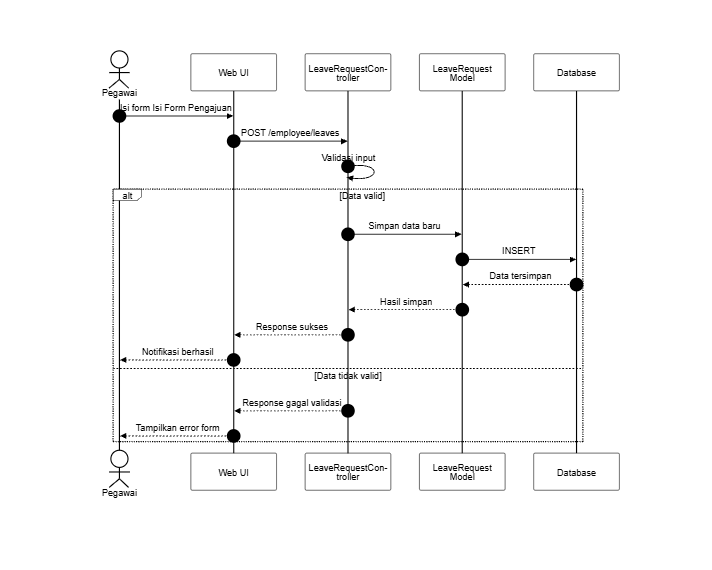
SulaimanHafi23/SimpegRSHDI keeps this Mermaid diagram as docs/SequenceDiagram/PNG_Transparent/PengajuanPermintaanCuti-IsiFormPengajuan.png. Above is the earlier version. Its source is kept beside it as docs/SequenceDiagram/PengajuanPermintaanCuti-IsiFormPengajuan.mermaid.
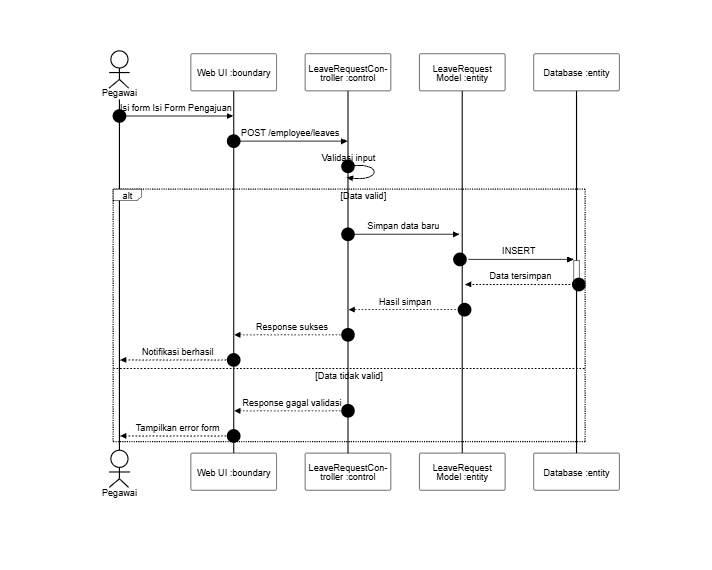
After the change.

What changed in the source:
```diff
@@ -2,18 +2,18 @@
 sequenceDiagram
     autonumber
     actor A as Pegawai
-    participant UI as Web UI
-    participant C as LeaveRequestController
-    participant M as LeaveRequest Model
-    participant DB as Database
+    participant UI as Web UI :boundary
+    participant C as LeaveRequestController :control
+    participant M as LeaveRequest Model :entity
+    participant DB as Database :entity
 
     A->>UI: Isi form Isi Form Pengajuan
     UI->>C: POST /employee/leaves
     C->>C: Validasi input
     alt Data valid
-        C->>M: Simpan data baru
-        M->>DB: INSERT
-        DB-->>M: Data tersimpan
+        C->>+M: Simpan data baru
+        M->>+DB: INSERT
+        DB-->>-M: Data tersimpan
         M-->>C: Hasil simpan
         C-->>UI: Response sukses
         UI-->>A: Notifikasi berhasil
```
